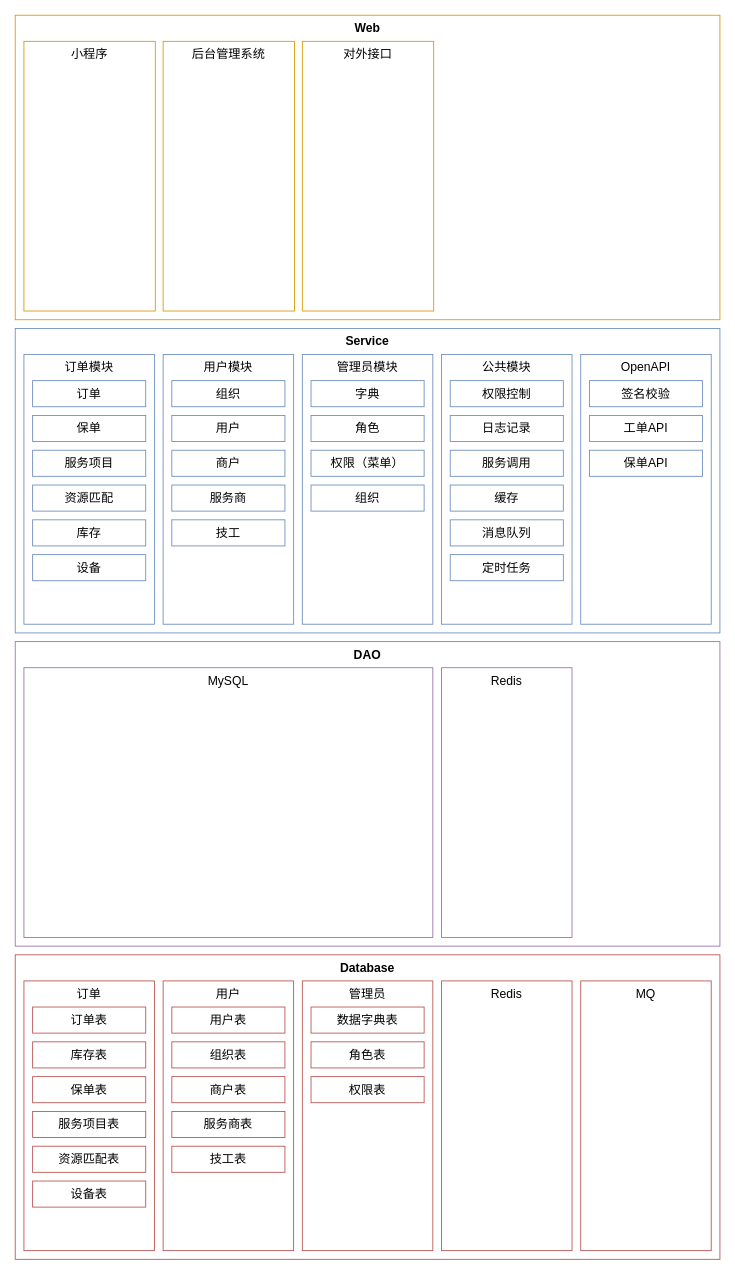
Earlier version of the draw.io diagram architecture-bao_huo_gan.drawio (Woobhurk/tyz-pic-repo). Source tidied: cells renumbered, new cells numbered last; positions are measured from the earlier drawing's top-left corner, leaving out a move shared by most shapes. Both pictures are drawn from the tidied source at 87%, with x=0, y=0 at pixel (15, 15).
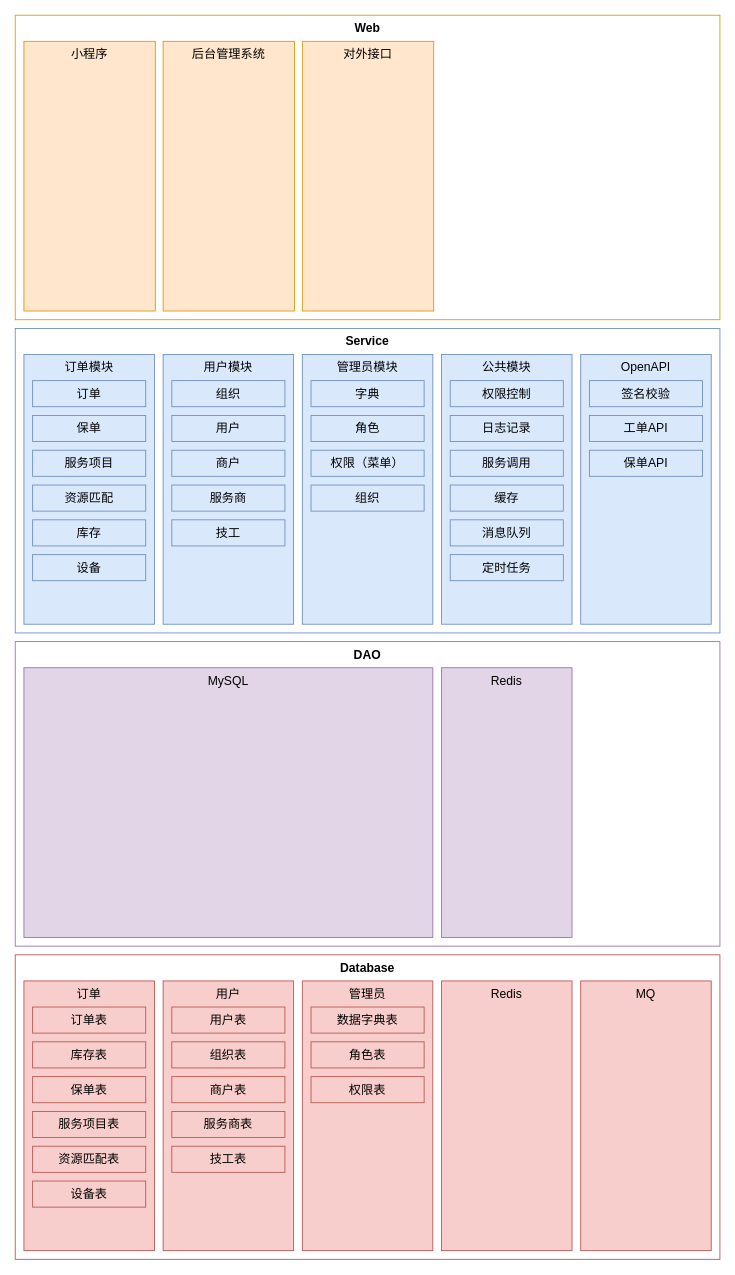
After the change.

Diff of the diagram source:
```diff
@@
-    <mxCell id="5" value="订单模块" style="rounded=0;whiteSpace=wrap;html=1;sketch=0;fontSize=14;align=center;strokeColor=#6c8ebf;labelPosition=center;verticalLabelPosition=middle;verticalAlign=top;fillColor=none;fontStyle=0;" parent="1" vertex="1">
+    <mxCell id="5" value="订单模块" style="rounded=0;whiteSpace=wrap;html=1;sketch=0;fontSize=14;align=center;strokeColor=#6c8ebf;labelPosition=center;verticalLabelPosition=middle;verticalAlign=top;fillColor=#dae8fc;fontStyle=0;" parent="1" vertex="1">
       <mxGeometry x="10" y="390" width="150" height="310" as="geometry" />
     </mxCell>
-    <mxCell id="6" value="用户模块" style="rounded=0;whiteSpace=wrap;html=1;sketch=0;fontSize=14;align=center;strokeColor=#6c8ebf;labelPosition=center;verticalLabelPosition=middle;verticalAlign=top;fillColor=none;fontStyle=0;" parent="1" vertex="1">
+    <mxCell id="6" value="用户模块" style="rounded=0;whiteSpace=wrap;html=1;sketch=0;fontSize=14;align=center;strokeColor=#6c8ebf;labelPosition=center;verticalLabelPosition=middle;verticalAlign=top;fillColor=#dae8fc;fontStyle=0;" parent="1" vertex="1">
       <mxGeometry x="170" y="390" width="150" height="310" as="geometry" />
     </mxCell>
-    <mxCell id="7" value="管理员模块" style="rounded=0;whiteSpace=wrap;html=1;sketch=0;fontSize=14;align=center;strokeColor=#6c8ebf;labelPosition=center;verticalLabelPosition=middle;verticalAlign=top;fillColor=none;fontStyle=0;" parent="1" vertex="1">
+    <mxCell id="7" value="管理员模块" style="rounded=0;whiteSpace=wrap;html=1;sketch=0;fontSize=14;align=center;strokeColor=#6c8ebf;labelPosition=center;verticalLabelPosition=middle;verticalAlign=top;fillColor=#dae8fc;fontStyle=0;" parent="1" vertex="1">
       <mxGeometry x="330" y="390" width="150" height="310" as="geometry" />
     </mxCell>
-    <mxCell id="8" value="公共模块" style="rounded=0;whiteSpace=wrap;html=1;sketch=0;fontSize=14;align=center;strokeColor=#6c8ebf;labelPosition=center;verticalLabelPosition=middle;verticalAlign=top;fillColor=none;fontStyle=0;" parent="1" vertex="1">
+    <mxCell id="8" value="公共模块" style="rounded=0;whiteSpace=wrap;html=1;sketch=0;fontSize=14;align=center;strokeColor=#6c8ebf;labelPosition=center;verticalLabelPosition=middle;verticalAlign=top;fillColor=#dae8fc;fontStyle=0;" parent="1" vertex="1">
       <mxGeometry x="490" y="390" width="150" height="310" as="geometry" />
     </mxCell>
-    <mxCell id="9" value="OpenAPI" style="rounded=0;whiteSpace=wrap;html=1;sketch=0;fontSize=14;align=center;strokeColor=#6c8ebf;labelPosition=center;verticalLabelPosition=middle;verticalAlign=top;fillColor=none;fontStyle=0;" parent="1" vertex="1">
+    <mxCell id="9" value="OpenAPI" style="rounded=0;whiteSpace=wrap;html=1;sketch=0;fontSize=14;align=center;labelPosition=center;verticalLabelPosition=middle;verticalAlign=top;fontStyle=0;fillColor=#dae8fc;strokeColor=#6c8ebf;" parent="1" vertex="1">
       <mxGeometry x="650" y="390" width="150" height="310" as="geometry" />
     </mxCell>
-    <mxCell id="10" value="订单" style="rounded=0;whiteSpace=wrap;html=1;sketch=0;fontSize=14;align=center;strokeColor=#6c8ebf;fillColor=none;" parent="1" vertex="1">
+    <mxCell id="10" value="订单" style="rounded=0;whiteSpace=wrap;html=1;sketch=0;fontSize=14;align=center;strokeColor=#6c8ebf;fillColor=#dae8fc;" parent="1" vertex="1">
       <mxGeometry x="20" y="420" width="130" height="30" as="geometry" />
     </mxCell>
-    <mxCell id="11" value="保单" style="rounded=0;whiteSpace=wrap;html=1;sketch=0;fontSize=14;align=center;strokeColor=#6c8ebf;fillColor=none;" parent="1" vertex="1">
+    <mxCell id="11" value="保单" style="rounded=0;whiteSpace=wrap;html=1;sketch=0;fontSize=14;align=center;strokeColor=#6c8ebf;fillColor=#dae8fc;" parent="1" vertex="1">
       <mxGeometry x="20" y="460" width="130" height="30" as="geometry" />
     </mxCell>
-    <mxCell id="12" value="服务项目" style="rounded=0;whiteSpace=wrap;html=1;sketch=0;fontSize=14;align=center;strokeColor=#6c8ebf;fillColor=none;" parent="1" vertex="1">
+    <mxCell id="12" value="服务项目" style="rounded=0;whiteSpace=wrap;html=1;sketch=0;fontSize=14;align=center;strokeColor=#6c8ebf;fillColor=#dae8fc;" parent="1" vertex="1">
       <mxGeometry x="20" y="500" width="130" height="30" as="geometry" />
     </mxCell>
-    <mxCell id="13" value="资源匹配" style="rounded=0;whiteSpace=wrap;html=1;sketch=0;fontSize=14;align=center;strokeColor=#6c8ebf;fillColor=none;" parent="1" vertex="1">
+    <mxCell id="13" value="资源匹配" style="rounded=0;whiteSpace=wrap;html=1;sketch=0;fontSize=14;align=center;strokeColor=#6c8ebf;fillColor=#dae8fc;" parent="1" vertex="1">
       <mxGeometry x="20" y="540" width="130" height="30" as="geometry" />
     </mxCell>
-    <mxCell id="14" value="库存" style="rounded=0;whiteSpace=wrap;html=1;sketch=0;fontSize=14;align=center;strokeColor=#6c8ebf;fillColor=none;" parent="1" vertex="1">
+    <mxCell id="14" value="库存" style="rounded=0;whiteSpace=wrap;html=1;sketch=0;fontSize=14;align=center;strokeColor=#6c8ebf;fillColor=#dae8fc;" parent="1" vertex="1">
       <mxGeometry x="20" y="580" width="130" height="30" as="geometry" />
     </mxCell>
-    <mxCell id="15" value="用户" style="rounded=0;whiteSpace=wrap;html=1;sketch=0;fontSize=14;align=center;strokeColor=#6c8ebf;fillColor=none;" parent="1" vertex="1">
+    <mxCell id="15" value="用户" style="rounded=0;whiteSpace=wrap;html=1;sketch=0;fontSize=14;align=center;strokeColor=#6c8ebf;fillColor=#dae8fc;" parent="1" vertex="1">
       <mxGeometry x="180" y="460" width="130" height="30" as="geometry" />
     </mxCell>
-    <mxCell id="16" value="商户" style="rounded=0;whiteSpace=wrap;html=1;sketch=0;fontSize=14;align=center;strokeColor=#6c8ebf;fillColor=none;" parent="1" vertex="1">
+    <mxCell id="16" value="商户" style="rounded=0;whiteSpace=wrap;html=1;sketch=0;fontSize=14;align=center;strokeColor=#6c8ebf;fillColor=#dae8fc;" parent="1" vertex="1">
       <mxGeometry x="180" y="500" width="130" height="30" as="geometry" />
     </mxCell>
-    <mxCell id="17" value="服务商" style="rounded=0;whiteSpace=wrap;html=1;sketch=0;fontSize=14;align=center;strokeColor=#6c8ebf;fillColor=none;" parent="1" vertex="1">
+    <mxCell id="17" value="服务商" style="rounded=0;whiteSpace=wrap;html=1;sketch=0;fontSize=14;align=center;strokeColor=#6c8ebf;fillColor=#dae8fc;" parent="1" vertex="1">
       <mxGeometry x="180" y="540" width="130" height="30" as="geometry" />
     </mxCell>
-    <mxCell id="18" value="技工" style="rounded=0;whiteSpace=wrap;html=1;sketch=0;fontSize=14;align=center;strokeColor=#6c8ebf;fillColor=none;" parent="1" vertex="1">
+    <mxCell id="18" value="技工" style="rounded=0;whiteSpace=wrap;html=1;sketch=0;fontSize=14;align=center;strokeColor=#6c8ebf;fillColor=#dae8fc;" parent="1" vertex="1">
       <mxGeometry x="180" y="580" width="130" height="30" as="geometry" />
     </mxCell>
-    <mxCell id="19" value="组织" style="rounded=0;whiteSpace=wrap;html=1;sketch=0;fontSize=14;align=center;strokeColor=#6c8ebf;fillColor=none;" parent="1" vertex="1">
+    <mxCell id="19" value="组织" style="rounded=0;whiteSpace=wrap;html=1;sketch=0;fontSize=14;align=center;strokeColor=#6c8ebf;fillColor=#dae8fc;" parent="1" vertex="1">
       <mxGeometry x="180" y="420" width="130" height="30" as="geometry" />
     </mxCell>
-    <mxCell id="20" value="字典" style="rounded=0;whiteSpace=wrap;html=1;sketch=0;fontSize=14;align=center;strokeColor=#6c8ebf;fillColor=none;" parent="1" vertex="1">
+    <mxCell id="20" value="字典" style="rounded=0;whiteSpace=wrap;html=1;sketch=0;fontSize=14;align=center;strokeColor=#6c8ebf;fillColor=#dae8fc;" parent="1" vertex="1">
       <mxGeometry x="340" y="420" width="130" height="30" as="geometry" />
     </mxCell>
-    <mxCell id="21" value="角色" style="rounded=0;whiteSpace=wrap;html=1;sketch=0;fontSize=14;align=center;strokeColor=#6c8ebf;fillColor=none;" parent="1" vertex="1">
+    <mxCell id="21" value="角色" style="rounded=0;whiteSpace=wrap;html=1;sketch=0;fontSize=14;align=center;strokeColor=#6c8ebf;fillColor=#dae8fc;" parent="1" vertex="1">
       <mxGeometry x="340" y="460" width="130" height="30" as="geometry" />
     </mxCell>
-    <mxCell id="22" value="权限（菜单）" style="rounded=0;whiteSpace=wrap;html=1;sketch=0;fontSize=14;align=center;strokeColor=#6c8ebf;fillColor=none;" parent="1" vertex="1">
+    <mxCell id="22" value="权限（菜单）" style="rounded=0;whiteSpace=wrap;html=1;sketch=0;fontSize=14;align=center;strokeColor=#6c8ebf;fillColor=#dae8fc;" parent="1" vertex="1">
       <mxGeometry x="340" y="500" width="130" height="30" as="geometry" />
     </mxCell>
-    <mxCell id="23" value="组织" style="rounded=0;whiteSpace=wrap;html=1;sketch=0;fontSize=14;align=center;strokeColor=#6c8ebf;fillColor=none;" parent="1" vertex="1">
+    <mxCell id="23" value="组织" style="rounded=0;whiteSpace=wrap;html=1;sketch=0;fontSize=14;align=center;strokeColor=#6c8ebf;fillColor=#dae8fc;" parent="1" vertex="1">
       <mxGeometry x="340" y="540" width="130" height="30" as="geometry" />
     </mxCell>
-    <mxCell id="24" value="设备" style="rounded=0;whiteSpace=wrap;html=1;sketch=0;fontSize=14;align=center;strokeColor=#6c8ebf;fillColor=none;" parent="1" vertex="1">
+    <mxCell id="24" value="设备" style="rounded=0;whiteSpace=wrap;html=1;sketch=0;fontSize=14;align=center;strokeColor=#6c8ebf;fillColor=#dae8fc;" parent="1" vertex="1">
       <mxGeometry x="20" y="620" width="130" height="30" as="geometry" />
     </mxCell>
-    <mxCell id="25" value="订单" style="rounded=0;whiteSpace=wrap;html=1;sketch=0;fontSize=14;align=center;strokeColor=#b85450;fillColor=none;verticalAlign=top;" parent="1" vertex="1">
+    <mxCell id="25" value="订单" style="rounded=0;whiteSpace=wrap;html=1;sketch=0;fontSize=14;align=center;strokeColor=#b85450;fillColor=#f8cecc;verticalAlign=top;" parent="1" vertex="1">
       <mxGeometry x="10" y="1110" width="150" height="310" as="geometry" />
     </mxCell>
-    <mxCell id="26" value="用户" style="rounded=0;whiteSpace=wrap;html=1;sketch=0;fontSize=14;align=center;strokeColor=#b85450;fillColor=none;verticalAlign=top;" parent="1" vertex="1">
+    <mxCell id="26" value="用户" style="rounded=0;whiteSpace=wrap;html=1;sketch=0;fontSize=14;align=center;strokeColor=#b85450;fillColor=#f8cecc;verticalAlign=top;" parent="1" vertex="1">
       <mxGeometry x="170" y="1110" width="150" height="310" as="geometry" />
     </mxCell>
-    <mxCell id="27" value="管理员" style="rounded=0;whiteSpace=wrap;html=1;sketch=0;fontSize=14;align=center;strokeColor=#b85450;fillColor=none;verticalAlign=top;" parent="1" vertex="1">
+    <mxCell id="27" value="管理员" style="rounded=0;whiteSpace=wrap;html=1;sketch=0;fontSize=14;align=center;strokeColor=#b85450;fillColor=#f8cecc;verticalAlign=top;" parent="1" vertex="1">
       <mxGeometry x="330" y="1110" width="150" height="310" as="geometry" />
     </mxCell>
-    <mxCell id="28" value="Redis" style="rounded=0;whiteSpace=wrap;html=1;sketch=0;fontSize=14;align=center;strokeColor=#b85450;fillColor=none;verticalAlign=top;" parent="1" vertex="1">
+    <mxCell id="28" value="Redis" style="rounded=0;whiteSpace=wrap;html=1;sketch=0;fontSize=14;align=center;strokeColor=#b85450;fillColor=#f8cecc;verticalAlign=top;" parent="1" vertex="1">
       <mxGeometry x="490" y="1110" width="150" height="310" as="geometry" />
     </mxCell>
-    <mxCell id="29" value="MQ" style="rounded=0;whiteSpace=wrap;html=1;sketch=0;fontSize=14;align=center;strokeColor=#b85450;fillColor=none;verticalAlign=top;" parent="1" vertex="1">
+    <mxCell id="29" value="MQ" style="rounded=0;whiteSpace=wrap;html=1;sketch=0;fontSize=14;align=center;strokeColor=#b85450;fillColor=#f8cecc;verticalAlign=top;" parent="1" vertex="1">
       <mxGeometry x="650" y="1110" width="150" height="310" as="geometry" />
     </mxCell>
-    <mxCell id="30" value="订单表" style="rounded=0;whiteSpace=wrap;html=1;sketch=0;fontSize=14;align=center;strokeColor=#b85450;fillColor=none;" parent="1" vertex="1">
+    <mxCell id="30" value="订单表" style="rounded=0;whiteSpace=wrap;html=1;sketch=0;fontSize=14;align=center;strokeColor=#b85450;fillColor=#f8cecc;" parent="1" vertex="1">
       <mxGeometry x="20" y="1140" width="130" height="30" as="geometry" />
     </mxCell>
-    <mxCell id="31" value="库存表" style="rounded=0;whiteSpace=wrap;html=1;sketch=0;fontSize=14;align=center;strokeColor=#b85450;fillColor=none;" parent="1" vertex="1">
+    <mxCell id="31" value="库存表" style="rounded=0;whiteSpace=wrap;html=1;sketch=0;fontSize=14;align=center;strokeColor=#b85450;fillColor=#f8cecc;" parent="1" vertex="1">
       <mxGeometry x="20" y="1180" width="130" height="30" as="geometry" />
     </mxCell>
-    <mxCell id="32" value="保单表" style="rounded=0;whiteSpace=wrap;html=1;sketch=0;fontSize=14;align=center;strokeColor=#b85450;fillColor=none;" parent="1" vertex="1">
+    <mxCell id="32" value="保单表" style="rounded=0;whiteSpace=wrap;html=1;sketch=0;fontSize=14;align=center;strokeColor=#b85450;fillColor=#f8cecc;" parent="1" vertex="1">
       <mxGeometry x="20" y="1220" width="130" height="30" as="geometry" />
     </mxCell>
-    <mxCell id="33" value="服务项目表" style="rounded=0;whiteSpace=wrap;html=1;sketch=0;fontSize=14;align=center;strokeColor=#b85450;fillColor=none;" parent="1" vertex="1">
+    <mxCell id="33" value="服务项目表" style="rounded=0;whiteSpace=wrap;html=1;sketch=0;fontSize=14;align=center;strokeColor=#b85450;fillColor=#f8cecc;" parent="1" vertex="1">
       <mxGeometry x="20" y="1260" width="130" height="30" as="geometry" />
     </mxCell>
-    <mxCell id="34" value="资源匹配表" style="rounded=0;whiteSpace=wrap;html=1;sketch=0;fontSize=14;align=center;strokeColor=#b85450;fillColor=none;" parent="1" vertex="1">
+    <mxCell id="34" value="资源匹配表" style="rounded=0;whiteSpace=wrap;html=1;sketch=0;fontSize=14;align=center;strokeColor=#b85450;fillColor=#f8cecc;" parent="1" vertex="1">
       <mxGeometry x="20" y="1300" width="130" height="30" as="geometry" />
     </mxCell>
-    <mxCell id="35" value="用户表" style="rounded=0;whiteSpace=wrap;html=1;sketch=0;fontSize=14;align=center;strokeColor=#b85450;fillColor=none;" parent="1" vertex="1">
+    <mxCell id="35" value="用户表" style="rounded=0;whiteSpace=wrap;html=1;sketch=0;fontSize=14;align=center;strokeColor=#b85450;fillColor=#f8cecc;" parent="1" vertex="1">
       <mxGeometry x="180" y="1140" width="130" height="30" as="geometry" />
     </mxCell>
-    <mxCell id="36" value="组织表" style="rounded=0;whiteSpace=wrap;html=1;sketch=0;fontSize=14;align=center;strokeColor=#b85450;fillColor=none;" parent="1" vertex="1">
+    <mxCell id="36" value="组织表" style="rounded=0;whiteSpace=wrap;html=1;sketch=0;fontSize=14;align=center;strokeColor=#b85450;fillColor=#f8cecc;" parent="1" vertex="1">
       <mxGeometry x="180" y="1180" width="130" height="30" as="geometry" />
     </mxCell>
-    <mxCell id="37" value="商户表" style="rounded=0;whiteSpace=wrap;html=1;sketch=0;fontSize=14;align=center;strokeColor=#b85450;fillColor=none;" parent="1" vertex="1">
+    <mxCell id="37" value="商户表" style="rounded=0;whiteSpace=wrap;html=1;sketch=0;fontSize=14;align=center;strokeColor=#b85450;fillColor=#f8cecc;" parent="1" vertex="1">
       <mxGeometry x="180" y="1220" width="130" height="30" as="geometry" />
     </mxCell>
-    <mxCell id="38" value="服务商表" style="rounded=0;whiteSpace=wrap;html=1;sketch=0;fontSize=14;align=center;strokeColor=#b85450;fillColor=none;" parent="1" vertex="1">
+    <mxCell id="38" value="服务商表" style="rounded=0;whiteSpace=wrap;html=1;sketch=0;fontSize=14;align=center;strokeColor=#b85450;fillColor=#f8cecc;" parent="1" vertex="1">
       <mxGeometry x="180" y="1260" width="130" height="30" as="geometry" />
     </mxCell>
-    <mxCell id="39" value="技工表" style="rounded=0;whiteSpace=wrap;html=1;sketch=0;fontSize=14;align=center;strokeColor=#b85450;fillColor=none;" parent="1" vertex="1">
+    <mxCell id="39" value="技工表" style="rounded=0;whiteSpace=wrap;html=1;sketch=0;fontSize=14;align=center;strokeColor=#b85450;fillColor=#f8cecc;" parent="1" vertex="1">
       <mxGeometry x="180" y="1300" width="130" height="30" as="geometry" />
     </mxCell>
-    <mxCell id="40" value="设备表" style="rounded=0;whiteSpace=wrap;html=1;sketch=0;fontSize=14;align=center;strokeColor=#b85450;fillColor=none;" parent="1" vertex="1">
+    <mxCell id="40" value="设备表" style="rounded=0;whiteSpace=wrap;html=1;sketch=0;fontSize=14;align=center;strokeColor=#b85450;fillColor=#f8cecc;" parent="1" vertex="1">
       <mxGeometry x="20" y="1340" width="130" height="30" as="geometry" />
     </mxCell>
-    <mxCell id="41" value="数据字典表" style="rounded=0;whiteSpace=wrap;html=1;sketch=0;fontSize=14;align=center;strokeColor=#b85450;fillColor=none;" parent="1" vertex="1">
+    <mxCell id="41" value="数据字典表" style="rounded=0;whiteSpace=wrap;html=1;sketch=0;fontSize=14;align=center;strokeColor=#b85450;fillColor=#f8cecc;" parent="1" vertex="1">
       <mxGeometry x="340" y="1140" width="130" height="30" as="geometry" />
     </mxCell>
-    <mxCell id="42" value="角色表" style="rounded=0;whiteSpace=wrap;html=1;sketch=0;fontSize=14;align=center;strokeColor=#b85450;fillColor=none;" parent="1" vertex="1">
+    <mxCell id="42" value="角色表" style="rounded=0;whiteSpace=wrap;html=1;sketch=0;fontSize=14;align=center;strokeColor=#b85450;fillColor=#f8cecc;" parent="1" vertex="1">
       <mxGeometry x="340" y="1180" width="130" height="30" as="geometry" />
     </mxCell>
-    <mxCell id="43" value="权限表" style="rounded=0;whiteSpace=wrap;html=1;sketch=0;fontSize=14;align=center;strokeColor=#b85450;fillColor=none;" parent="1" vertex="1">
+    <mxCell id="43" value="权限表" style="rounded=0;whiteSpace=wrap;html=1;sketch=0;fontSize=14;align=center;strokeColor=#b85450;fillColor=#f8cecc;" parent="1" vertex="1">
       <mxGeometry x="340" y="1220" width="130" height="30" as="geometry" />
     </mxCell>
-    <mxCell id="44" value="权限控制" style="rounded=0;whiteSpace=wrap;html=1;sketch=0;fontSize=14;align=center;strokeColor=#6c8ebf;fillColor=none;" parent="1" vertex="1">
+    <mxCell id="44" value="权限控制" style="rounded=0;whiteSpace=wrap;html=1;sketch=0;fontSize=14;align=center;strokeColor=#6c8ebf;fillColor=#dae8fc;" parent="1" vertex="1">
       <mxGeometry x="500" y="420" width="130" height="30" as="geometry" />
     </mxCell>
-    <mxCell id="45" value="日志记录" style="rounded=0;whiteSpace=wrap;html=1;sketch=0;fontSize=14;align=center;strokeColor=#6c8ebf;fillColor=none;" parent="1" vertex="1">
+    <mxCell id="45" value="日志记录" style="rounded=0;whiteSpace=wrap;html=1;sketch=0;fontSize=14;align=center;strokeColor=#6c8ebf;fillColor=#dae8fc;" parent="1" vertex="1">
       <mxGeometry x="500" y="460" width="130" height="30" as="geometry" />
     </mxCell>
-    <mxCell id="46" value="服务调用" style="rounded=0;whiteSpace=wrap;html=1;sketch=0;fontSize=14;align=center;strokeColor=#6c8ebf;fillColor=none;" parent="1" vertex="1">
+    <mxCell id="46" value="服务调用" style="rounded=0;whiteSpace=wrap;html=1;sketch=0;fontSize=14;align=center;strokeColor=#6c8ebf;fillColor=#dae8fc;" parent="1" vertex="1">
       <mxGeometry x="500" y="500" width="130" height="30" as="geometry" />
     </mxCell>
-    <mxCell id="47" value="缓存" style="rounded=0;whiteSpace=wrap;html=1;sketch=0;fontSize=14;align=center;strokeColor=#6c8ebf;fillColor=none;" parent="1" vertex="1">
+    <mxCell id="47" value="缓存" style="rounded=0;whiteSpace=wrap;html=1;sketch=0;fontSize=14;align=center;strokeColor=#6c8ebf;fillColor=#dae8fc;" parent="1" vertex="1">
       <mxGeometry x="500" y="540" width="130" height="30" as="geometry" />
     </mxCell>
-    <mxCell id="48" value="消息队列" style="rounded=0;whiteSpace=wrap;html=1;sketch=0;fontSize=14;align=center;strokeColor=#6c8ebf;fillColor=none;" parent="1" vertex="1">
+    <mxCell id="48" value="消息队列" style="rounded=0;whiteSpace=wrap;html=1;sketch=0;fontSize=14;align=center;strokeColor=#6c8ebf;fillColor=#dae8fc;" parent="1" vertex="1">
       <mxGeometry x="500" y="580" width="130" height="30" as="geometry" />
     </mxCell>
-    <mxCell id="49" value="签名校验" style="rounded=0;whiteSpace=wrap;html=1;sketch=0;fontSize=14;align=center;strokeColor=#6c8ebf;fillColor=none;" parent="1" vertex="1">
+    <mxCell id="49" value="签名校验" style="rounded=0;whiteSpace=wrap;html=1;sketch=0;fontSize=14;align=center;strokeColor=#6c8ebf;fillColor=#dae8fc;" parent="1" vertex="1">
       <mxGeometry x="660" y="420" width="130" height="30" as="geometry" />
     </mxCell>
-    <mxCell id="50" value="MySQL" style="rounded=0;whiteSpace=wrap;html=1;sketch=0;fontSize=14;align=center;strokeColor=#9673a6;fillColor=none;verticalAlign=top;" parent="1" vertex="1">
+    <mxCell id="50" value="MySQL" style="rounded=0;whiteSpace=wrap;html=1;sketch=0;fontSize=14;align=center;strokeColor=#9673a6;fillColor=#e1d5e7;verticalAlign=top;" parent="1" vertex="1">
       <mxGeometry x="10" y="750" width="470" height="310" as="geometry" />
     </mxCell>
-    <mxCell id="51" value="Redis" style="rounded=0;whiteSpace=wrap;html=1;sketch=0;fontSize=14;align=center;strokeColor=#9673a6;fillColor=none;verticalAlign=top;" parent="1" vertex="1">
+    <mxCell id="51" value="Redis" style="rounded=0;whiteSpace=wrap;html=1;sketch=0;fontSize=14;align=center;strokeColor=#9673a6;fillColor=#e1d5e7;verticalAlign=top;" parent="1" vertex="1">
       <mxGeometry x="490" y="750" width="150" height="310" as="geometry" />
     </mxCell>
-    <mxCell id="52" value="定时任务" style="rounded=0;whiteSpace=wrap;html=1;sketch=0;fontSize=14;align=center;strokeColor=#6c8ebf;fillColor=none;" parent="1" vertex="1">
+    <mxCell id="52" value="定时任务" style="rounded=0;whiteSpace=wrap;html=1;sketch=0;fontSize=14;align=center;strokeColor=#6c8ebf;fillColor=#dae8fc;" parent="1" vertex="1">
       <mxGeometry x="500" y="620" width="130" height="30" as="geometry" />
     </mxCell>
-    <mxCell id="53" value="工单API" style="rounded=0;whiteSpace=wrap;html=1;sketch=0;fontSize=14;align=center;strokeColor=#6c8ebf;fillColor=none;" parent="1" vertex="1">
+    <mxCell id="53" value="工单API" style="rounded=0;whiteSpace=wrap;html=1;sketch=0;fontSize=14;align=center;strokeColor=#6c8ebf;fillColor=#dae8fc;" parent="1" vertex="1">
       <mxGeometry x="660" y="460" width="130" height="30" as="geometry" />
     </mxCell>
-    <mxCell id="54" value="保单API" style="rounded=0;whiteSpace=wrap;html=1;sketch=0;fontSize=14;align=center;strokeColor=#6c8ebf;fillColor=none;" parent="1" vertex="1">
+    <mxCell id="54" value="保单API" style="rounded=0;whiteSpace=wrap;html=1;sketch=0;fontSize=14;align=center;strokeColor=#6c8ebf;fillColor=#dae8fc;" parent="1" vertex="1">
       <mxGeometry x="660" y="500" width="130" height="30" as="geometry" />
     </mxCell>
@@
-    <mxCell id="56" value="小程序" style="rounded=0;whiteSpace=wrap;html=1;sketch=0;fontSize=14;align=center;strokeColor=#d79b00;verticalAlign=top;fillColor=none;" parent="1" vertex="1">
+    <mxCell id="56" value="小程序" style="rounded=0;whiteSpace=wrap;html=1;sketch=0;fontSize=14;align=center;strokeColor=#d79b00;verticalAlign=top;fillColor=#ffe6cc;" parent="1" vertex="1">
       <mxGeometry x="10" y="30" width="151" height="310" as="geometry" />
     </mxCell>
-    <mxCell id="57" value="后台管理系统" style="rounded=0;whiteSpace=wrap;html=1;sketch=0;fontSize=14;align=center;strokeColor=#d79b00;verticalAlign=top;fillColor=none;" parent="1" vertex="1">
+    <mxCell id="57" value="后台管理系统" style="rounded=0;whiteSpace=wrap;html=1;sketch=0;fontSize=14;align=center;strokeColor=#d79b00;verticalAlign=top;fillColor=#ffe6cc;" parent="1" vertex="1">
       <mxGeometry x="170" y="30" width="151" height="310" as="geometry" />
     </mxCell>
-    <mxCell id="58" value="对外接口" style="rounded=0;whiteSpace=wrap;html=1;sketch=0;fontSize=14;align=center;strokeColor=#d79b00;verticalAlign=top;fillColor=none;" parent="1" vertex="1">
+    <mxCell id="58" value="对外接口" style="rounded=0;whiteSpace=wrap;html=1;sketch=0;fontSize=14;align=center;strokeColor=#d79b00;verticalAlign=top;fillColor=#ffe6cc;" parent="1" vertex="1">
       <mxGeometry x="330" y="30" width="151" height="310" as="geometry" />
     </mxCell>
```
